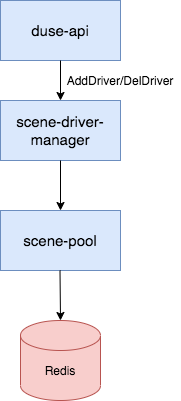
Before: Untitled Diagram.png, a diagram exported from draw.io (NIGHTFIGHTING/wiser). Source tidied: cells renumbered, new cells last; positions are measured from the earlier drawing's top-left corner, leaving out a move shared by most shapes.
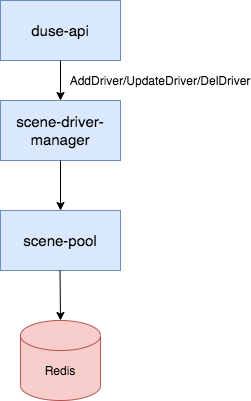
The same diagram one commit later.

Change to the diagram source:
```diff
@@ -28,8 +28,8 @@
         <mxPoint x="59.5" y="270" as="sourcePoint" />
       </mxGeometry>
     </mxCell>
-    <mxCell id="10" value="AddDriver/DelDriver" style="text;html=1;strokeColor=none;fillColor=none;align=center;verticalAlign=middle;whiteSpace=wrap;rounded=0;" parent="1" vertex="1">
-      <mxGeometry x="60" y="70" width="120" height="20" as="geometry" />
+    <mxCell id="10" value="AddDriver/UpdateDriver/DelDriver" style="text;html=1;strokeColor=none;fillColor=none;align=center;verticalAlign=middle;whiteSpace=wrap;rounded=0;" parent="1" vertex="1">
+      <mxGeometry x="100" y="70" width="120" height="20" as="geometry" />
     </mxCell>
   </root>
 </mxGraphModel>
```
